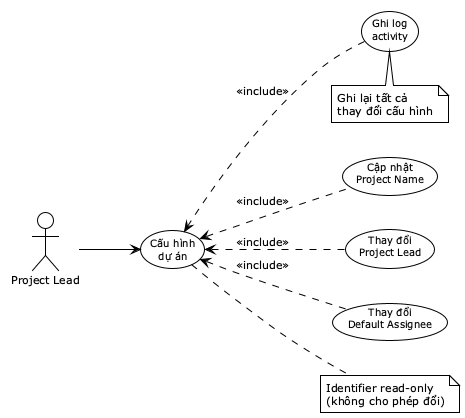
Earlier version of the PlantUML export reports/dat-examples/report/images/uc01_2_configure_project.png (toantran292/datn). The source it was exported from:
```plantuml
@startuml
!theme plain
skinparam defaultFontSize 11
skinparam usecaseFontSize 10

left to right direction

actor "Project Lead" as PL

usecase "Cấu hình\ndự án" as UC_Configure
usecase "Cập nhật\nProject Name" as UC_UpdateName
usecase "Thay đổi\nProject Lead" as UC_ChangeLead
usecase "Thay đổi\nDefault Assignee" as UC_ChangeAssignee
usecase "Ghi log\nactivity" as UC_LogActivity

PL --> UC_Configure

UC_UpdateName .up.> UC_Configure : <<include>>
UC_ChangeLead .up.> UC_Configure : <<include>>
UC_ChangeAssignee .up.> UC_Configure : <<include>>
UC_LogActivity .up.> UC_Configure : <<include>>

note right of UC_Configure
  Identifier read-only
  (không cho phép đổi)
end note

note bottom of UC_LogActivity
  Ghi lại tất cả
  thay đổi cấu hình
end note

@enduml
```
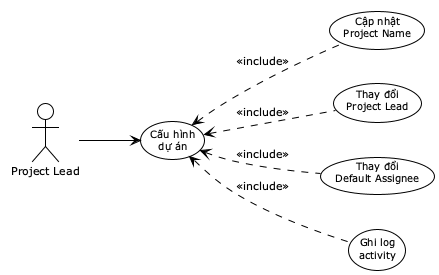
After the change.

Change to the diagram source:
```diff
@@ -20,14 +20,4 @@
 UC_ChangeAssignee .up.> UC_Configure : <<include>>
 UC_LogActivity .up.> UC_Configure : <<include>>
 
-note right of UC_Configure
-  Identifier read-only
-  (không cho phép đổi)
-end note
-
-note bottom of UC_LogActivity
-  Ghi lại tất cả
-  thay đổi cấu hình
-end note
-
 @enduml
```
